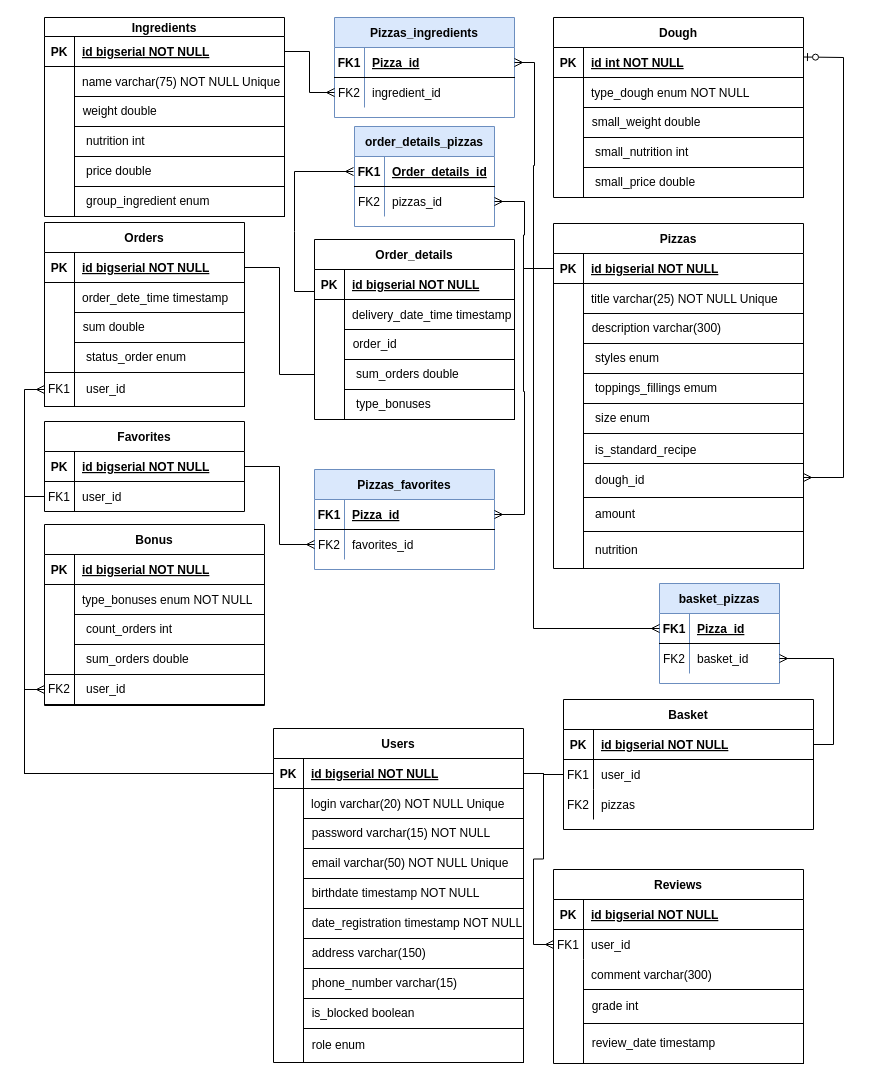
Earlier version of the draw.io diagram Pizzeria/Documentation/Диаграмма связи сущностей (4).drawio (SvetlanaFranchuk/Projects). Source tidied: cells renumbered, new cells numbered last; positions are measured from the earlier drawing's top-left corner, leaving out a move shared by most shapes. Both pictures are drawn from the tidied source at 100%, with x=0, y=0 at pixel (44, 17).
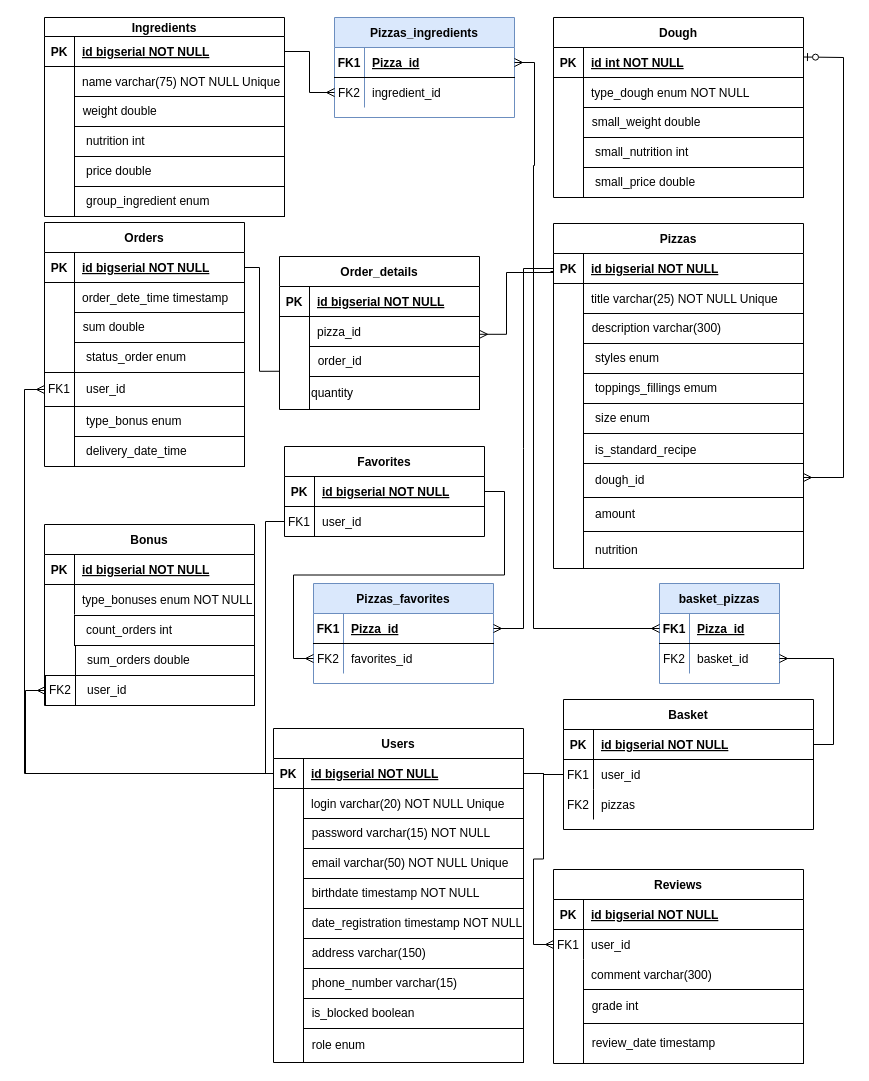
After the change.

Unchanged cells that the change refers to:
```xml
<mxCell id="24" value="PK" style="shape=partialRectangle;overflow=hidden;fillColor=none;top=0;left=0;bottom=0;right=0;fontStyle=1;" parent="23" vertex="1">
  <mxGeometry width="30" height="30" as="geometry" />
</mxCell>
<mxCell id="41" style="shape=partialRectangle;fillColor=none;points=[[0,0.5],[1,0.5]];portConstraint=eastwest;top=0;left=0;right=0;bottom=0;" parent="37" vertex="1">
  <mxGeometry y="60" width="200" height="30" as="geometry" />
</mxCell>
<mxCell id="47" value="PK" style="shape=partialRectangle;overflow=hidden;fillColor=none;top=0;left=0;bottom=0;right=0;fontStyle=1;" parent="46" vertex="1">
  <mxGeometry width="30" height="30" as="geometry" />
</mxCell>
<mxCell id="104" style="shape=partialRectangle;fillColor=none;top=0;left=0;right=0;bottom=0;" parent="100" vertex="1">
  <mxGeometry y="60" width="200" height="30" as="geometry" />
</mxCell>
```

Diff of the diagram source:
```diff
@@
     <mxCell id="37" value="Favorites" style="shape=table;startSize=30;childLayout=tableLayout;rowLines=0;fontStyle=1;align=center;" parent="1" vertex="1">
-      <mxGeometry y="404" width="200" height="90" as="geometry" />
+      <mxGeometry x="240" y="429" width="200" height="90" as="geometry" />
     </mxCell>
@@
     <mxCell id="44" style="edgeStyle=orthogonalEdgeStyle;rounded=0;jettySize=auto;html=1;exitX=0;exitY=0.5;exitDx=0;exitDy=0;entryX=0;entryY=0.5;entryDx=0;entryDy=0;endArrow=none;endFill=0;startArrow=none;startFill=0;" parent="1" edge="1" source="41" target="24">
-      <mxGeometry relative="1" as="geometry" />
+      <mxGeometry relative="1" as="geometry">
+        <Array as="points">
+          <mxPoint x="221" y="504" />
+          <mxPoint x="221" y="756" />
+        </Array>
+      </mxGeometry>
     </mxCell>
@@
     <mxCell id="90" value="Bonus" style="shape=table;startSize=30;childLayout=tableLayout;rowLines=0;fontStyle=1;align=center;" parent="1" vertex="1">
-      <mxGeometry y="507" width="220" height="181" as="geometry" />
+      <mxGeometry y="507" width="210" height="181" as="geometry" />
     </mxCell>
     <mxCell id="91" style="shape=partialRectangle;fillColor=none;top=0;left=0;right=0;bottom=1;" parent="90" vertex="1">
-      <mxGeometry y="30" width="220" height="30" as="geometry" />
+      <mxGeometry y="30" width="210" height="30" as="geometry" />
     </mxCell>
@@
     <mxCell id="93" value="id bigserial NOT NULL " style="shape=partialRectangle;overflow=hidden;fillColor=none;top=0;left=0;bottom=0;right=0;align=left;spacingLeft=6;fontStyle=5;" parent="91" vertex="1">
-      <mxGeometry x="30" width="190" height="30" as="geometry" />
+      <mxGeometry x="30" width="180" height="30" as="geometry" />
     </mxCell>
     <mxCell id="94" style="shape=partialRectangle;fillColor=none;top=0;left=0;right=0;bottom=0;" parent="90" vertex="1">
-      <mxGeometry y="60" width="220" height="30" as="geometry" />
+      <mxGeometry y="60" width="210" height="30" as="geometry" />
     </mxCell>
@@
     <mxCell id="96" value="type_bonuses enum NOT NULL " style="shape=partialRectangle;overflow=hidden;fillColor=none;top=0;left=0;bottom=0;right=0;align=left;spacingLeft=6;" parent="94" vertex="1">
-      <mxGeometry x="30" width="190" height="30" as="geometry" />
+      <mxGeometry x="30" width="180" height="30" as="geometry" />
     </mxCell>
     <mxCell id="97" value="&amp;nbsp; &amp;nbsp;count_orders int" style="rounded=0;whiteSpace=wrap;html=1;align=left;" parent="1" vertex="1">
-      <mxGeometry x="30" y="597" width="190" height="30" as="geometry" />
+      <mxGeometry x="30" y="598" width="180" height="30" as="geometry" />
     </mxCell>
     <mxCell id="98" value="&amp;nbsp; &amp;nbsp;sum_orders double" style="rounded=0;whiteSpace=wrap;html=1;align=left;" parent="1" vertex="1">
-      <mxGeometry x="30" y="627" width="190" height="30" as="geometry" />
+      <mxGeometry x="31" y="628" width="179" height="30" as="geometry" />
     </mxCell>
@@
     <mxCell id="100" value="Order_details" style="shape=table;startSize=30;childLayout=tableLayout;rowLines=0;fontStyle=1;align=center;" parent="1" vertex="1">
-      <mxGeometry x="270" y="222" width="200" height="180" as="geometry" />
+      <mxGeometry x="235" y="239" width="200" height="153" as="geometry" />
     </mxCell>
@@
-    <mxCell id="106" value="delivery_date_time timestamp" style="shape=partialRectangle;overflow=hidden;fillColor=none;top=0;left=0;bottom=0;right=0;align=left;spacingLeft=6;" parent="104" vertex="1">
+    <mxCell id="106" value="pizza_id" style="shape=partialRectangle;overflow=hidden;fillColor=none;top=0;left=0;bottom=0;right=0;align=left;spacingLeft=6;" parent="104" vertex="1">
       <mxGeometry x="30" width="170" height="30" as="geometry" />
     </mxCell>
     <mxCell id="107" value="&amp;nbsp; order_id" style="rounded=0;whiteSpace=wrap;html=1;align=left;" parent="1" vertex="1">
-      <mxGeometry x="300" y="312" width="170" height="30" as="geometry" />
+      <mxGeometry x="265" y="329" width="170" height="30" as="geometry" />
     </mxCell>
-    <mxCell id="108" value="&amp;nbsp; &amp;nbsp;sum_orders double" style="rounded=0;whiteSpace=wrap;html=1;align=left;" parent="1" vertex="1">
-      <mxGeometry x="300" y="342" width="170" height="30" as="geometry" />
+    <mxCell id="108" value="quantity" style="rounded=0;whiteSpace=wrap;html=1;align=left;" parent="1" vertex="1">
+      <mxGeometry x="265" y="359" width="170" height="33" as="geometry" />
     </mxCell>
@@
     <mxCell id="110" value="Orders" style="shape=table;startSize=30;childLayout=tableLayout;rowLines=0;fontStyle=1;align=center;" parent="1" vertex="1">
-      <mxGeometry y="205" width="200" height="184" as="geometry" />
+      <mxGeometry y="205" width="200" height="244" as="geometry" />
     </mxCell>
@@
-    <mxCell id="131" value="order_details_pizzas" style="shape=table;startSize=30;childLayout=tableLayout;rowLines=0;fontStyle=1;align=center;fillColor=#dae8fc;strokeColor=#6c8ebf;" parent="1" vertex="1">
-      <mxGeometry x="310" y="109" width="140" height="100" as="geometry" />
-    </mxCell>
-    <mxCell id="132" style="shape=partialRectangle;fillColor=none;top=0;left=0;right=0;bottom=1;" parent="131" vertex="1">
-      <mxGeometry y="30" width="140" height="30" as="geometry" />
-    </mxCell>
-    <mxCell id="133" value="FK1" style="shape=partialRectangle;overflow=hidden;fillColor=none;top=0;left=0;bottom=0;right=0;fontStyle=1;" parent="132" vertex="1">
-      <mxGeometry width="30" height="30" as="geometry" />
-    </mxCell>
-    <mxCell id="134" value="Order_details_id" style="shape=partialRectangle;overflow=hidden;fillColor=none;top=0;left=0;bottom=0;right=0;align=left;spacingLeft=6;fontStyle=5;" parent="132" vertex="1">
-      <mxGeometry x="30" width="110" height="30" as="geometry" />
-    </mxCell>
-    <mxCell id="135" style="shape=partialRectangle;fillColor=none;points=[[0,0.5],[1,0.5]];portConstraint=eastwest;top=0;left=0;right=0;bottom=0;" parent="131" vertex="1">
-      <mxGeometry y="60" width="140" height="30" as="geometry" />
-    </mxCell>
-    <mxCell id="136" value="FK2" style="shape=partialRectangle;overflow=hidden;fillColor=none;top=0;left=0;bottom=0;right=0;" parent="135" vertex="1">
-      <mxGeometry width="30" height="30" as="geometry" />
-    </mxCell>
-    <mxCell id="137" value="pizzas_id " style="shape=partialRectangle;overflow=hidden;fillColor=none;top=0;left=0;bottom=0;right=0;align=left;spacingLeft=6;" parent="135" vertex="1">
-      <mxGeometry x="30" width="110" height="30" as="geometry" />
-    </mxCell>
-    <mxCell id="138" style="edgeStyle=entityRelationEdgeStyle;rounded=0;jettySize=auto;html=1;exitX=1;exitY=0.5;exitDx=0;exitDy=0;entryX=0;entryY=0.5;entryDx=0;entryDy=0;endArrow=none;endFill=0;startArrow=ERmany;startFill=0;" parent="1" edge="1" source="135" target="47">
-      <mxGeometry relative="1" as="geometry" />
-    </mxCell>
@@
     <mxCell id="142" value="Pizzas_favorites" style="shape=table;startSize=30;childLayout=tableLayout;rowLines=0;fontStyle=1;align=center;fillColor=#dae8fc;strokeColor=#6c8ebf;" parent="1" vertex="1">
-      <mxGeometry x="270" y="452" width="180" height="100" as="geometry" />
+      <mxGeometry x="269" y="566" width="180" height="100" as="geometry" />
     </mxCell>
@@
-    <mxCell id="150" style="endArrow=none;html=1;rounded=0;" parent="1" edge="1">
-      <mxGeometry relative="1" as="geometry">
-        <mxPoint x="250" y="274" as="sourcePoint" />
-        <mxPoint x="250" y="154" as="targetPoint" />
-        <Array as="points">
-          <mxPoint x="250" y="214" />
-        </Array>
-      </mxGeometry>
-    </mxCell>
-    <mxCell id="151" style="endArrow=none;html=1;rounded=0;" parent="1" edge="1">
-      <mxGeometry relative="1" as="geometry">
-        <mxPoint x="250" y="274" as="sourcePoint" />
-        <mxPoint x="270" y="274" as="targetPoint" />
-      </mxGeometry>
-    </mxCell>
-    <mxCell id="152" style="endArrow=ERmany;html=1;rounded=0;endFill=0;" parent="1" edge="1">
-      <mxGeometry relative="1" as="geometry">
-        <mxPoint x="250" y="154" as="sourcePoint" />
-        <mxPoint x="309" y="154" as="targetPoint" />
-      </mxGeometry>
-    </mxCell>
@@
     <mxCell id="154" value="&amp;nbsp; &amp;nbsp;user_id" style="rounded=0;whiteSpace=wrap;html=1;align=left;" parent="1" vertex="1">
-      <mxGeometry x="30" y="657" width="190" height="30" as="geometry" />
+      <mxGeometry x="31" y="658" width="179" height="30" as="geometry" />
     </mxCell>
@@
     <mxCell id="156" value="FK2" style="rounded=0;whiteSpace=wrap;html=1;" parent="1" vertex="1">
-      <mxGeometry y="657" width="30" height="30" as="geometry" />
+      <mxGeometry x="1" y="658" width="30" height="30" as="geometry" />
     </mxCell>
@@
-    <mxCell id="158" value="&amp;nbsp; &amp;nbsp;type_bonuses" style="rounded=0;whiteSpace=wrap;html=1;align=left;" parent="1" vertex="1">
-      <mxGeometry x="300" y="372" width="170" height="30" as="geometry" />
-    </mxCell>
@@
+    <mxCell id="161" value="&amp;nbsp; &amp;nbsp;type_bonus enum" style="rounded=0;whiteSpace=wrap;html=1;align=left;" parent="1" vertex="1">
+      <mxGeometry x="30" y="389" width="170" height="30" as="geometry" />
+    </mxCell>
+    <mxCell id="162" value="&amp;nbsp; &amp;nbsp;delivery_date_time&amp;nbsp;" style="rounded=0;whiteSpace=wrap;html=1;align=left;" parent="1" vertex="1">
+      <mxGeometry x="30" y="419" width="170" height="30" as="geometry" />
+    </mxCell>
+    <mxCell id="163" style="endArrow=ERmany;html=1;rounded=0;edgeStyle=orthogonalEdgeStyle;endFill=0;entryX=1;entryY=0.593;entryDx=0;entryDy=0;entryPerimeter=0;" parent="1" edge="1" target="106">
+      <mxGeometry relative="1" as="geometry">
+        <mxPoint x="506" y="254" as="sourcePoint" />
+        <Array as="points">
+          <mxPoint x="509" y="254" />
+          <mxPoint x="509" y="255" />
+          <mxPoint x="462" y="255" />
+          <mxPoint x="462" y="317" />
+        </Array>
+      </mxGeometry>
+    </mxCell>
```
